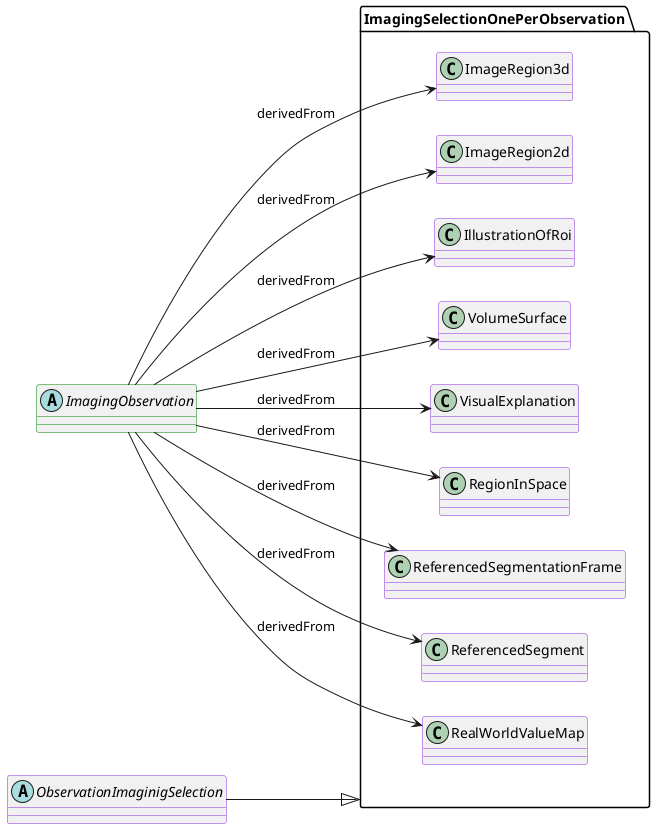
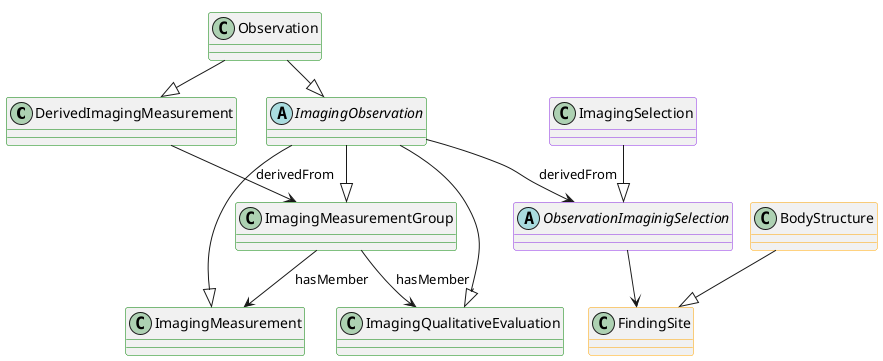
- @startuml ImagingSelectionProfiles
+ @startuml DiagnosticModuleAbstracted
+ !pragma layout smetana
+ top to bottom direction

- left to right direction
+ class DerivedImagingMeasurement ##Green {}
+ class ImagingMeasurementGroup ##Green {}
+ class ImagingQualitativeEvaluation ##Green {}
+ class ImagingMeasurement ##Green{}
+ abstract class ImagingObservation ##Green {}
+ class Observation ##Green{}
+ 
+ DerivedImagingMeasurement --> ImagingMeasurementGroup : derivedFrom
+ ImagingMeasurementGroup --> ImagingQualitativeEvaluation : hasMember
+ ImagingMeasurementGroup --> ImagingMeasurement : hasMember


- package ImagingSelectionOnePerObservation {
-     class ImageRegion3d ##BlueViolet{
-     }
+ ImagingObservation --> ObservationImaginigSelection : derivedFrom

-     class ImageRegion2d ##BlueViolet{
-     }
+ ImagingObservation --|> ImagingQualitativeEvaluation
+ ImagingObservation --|> ImagingMeasurement
+ ImagingObservation --|> ImagingMeasurementGroup

-     class IllustrationOfRoi ##BlueViolet{
-     }
+ Observation --|> ImagingObservation
+ Observation --|> DerivedImagingMeasurement

-     class VolumeSurface ##BlueViolet{
-     }
+ abstract class ObservationImaginigSelection ##BlueViolet {}
+ class ImagingSelection ##BlueViolet{}

-     class VisualExplanation ##BlueViolet{
-     }
- 
-     class RegionInSpace ##BlueViolet{
-     }
- 
-     class ReferencedSegmentationFrame ##BlueViolet{
-     }
- 
-     class ReferencedSegment ##BlueViolet{
-     }
- 
-     class RealWorldValueMap ##BlueViolet{
-     }
- }
- abstract class ImagingObservation ##Green{
- }
+ ImagingSelection --|> ObservationImaginigSelection


- 
- 
- ImagingObservation --> ImageRegion3d : derivedFrom
- ImagingObservation --> ImageRegion2d : derivedFrom
- ImagingObservation --> IllustrationOfRoi : derivedFrom
- ImagingObservation --> VolumeSurface : derivedFrom
- ImagingObservation --> VisualExplanation : derivedFrom
- ImagingObservation --> RegionInSpace : derivedFrom
- ImagingObservation --> ReferencedSegmentationFrame : derivedFrom
- ImagingObservation --> ReferencedSegment : derivedFrom
- ImagingObservation --> RealWorldValueMap : derivedFrom
- 
- abstract class ObservationImaginigSelection ##BlueViolet{}
- 
- ObservationImaginigSelection --|> ImagingSelectionOnePerObservation
- 
+ class FindingSite ##Orange{}
+ class BodyStructure ##Orange{}
+ ObservationImaginigSelection --> FindingSite
+ BodyStructure --|> FindingSite

@enduml
